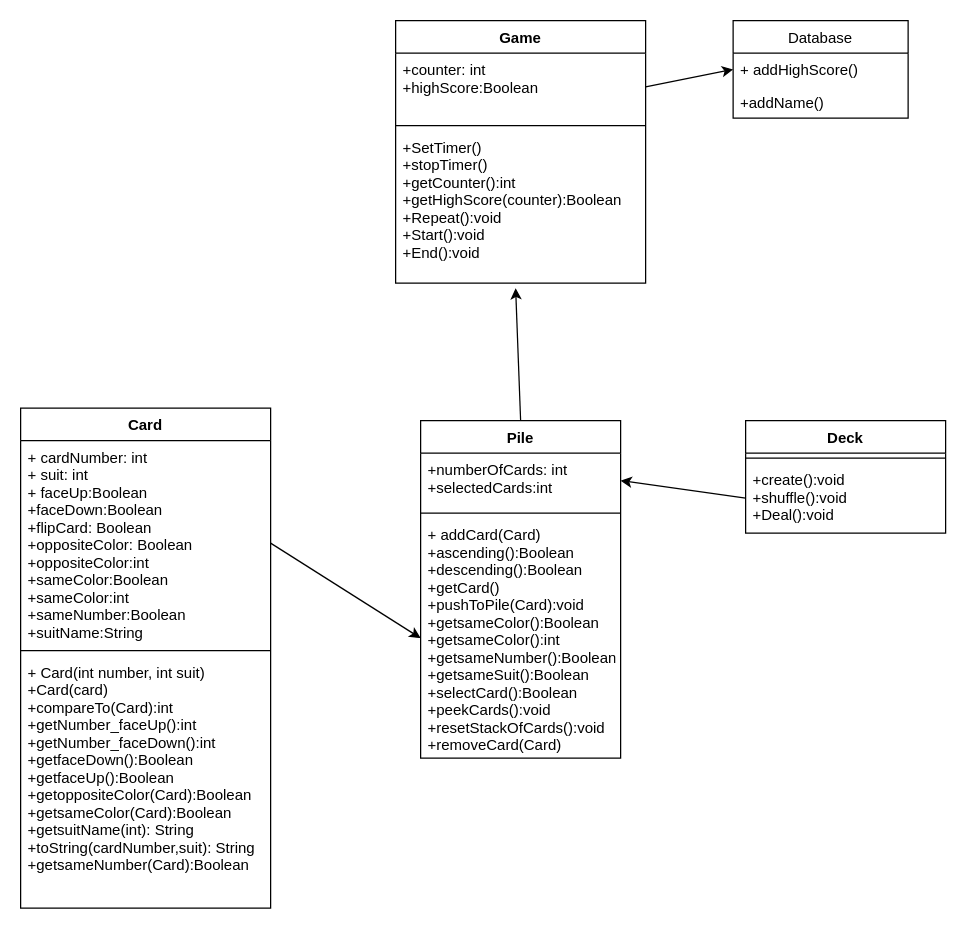
Earlier version of the draw.io diagram UML.drawio (steveb1250/Devils_Grip_Proposal). Source tidied: cells renumbered, new cells numbered last; positions are measured from the earlier drawing's top-left corner, leaving out a move shared by most shapes. Both pictures are drawn from the tidied source at 125%, with x=0, y=0 at pixel (20, 20).
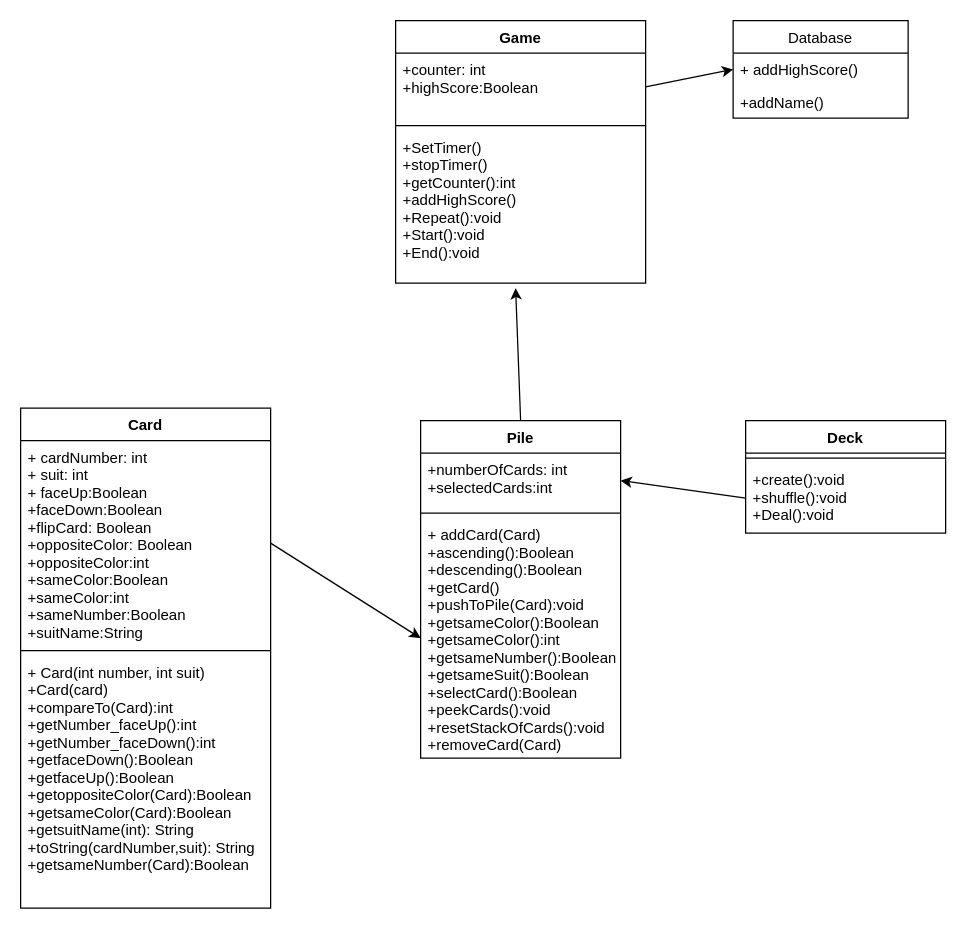
The same page after the edit.

The change refers to these unchanged cells:
```xml
<mxCell id="6" value="Game" style="swimlane;fontStyle=1;align=center;verticalAlign=top;horizontal=1;startSize=26;" parent="1" vertex="1">
  <mxGeometry x="300" width="200" height="210" as="geometry" />
</mxCell>
```

The edit, as a diff of the source:
```diff
@@
-    <mxCell id="9" value="+SetTimer()&#10;+stopTimer()&#10;+getCounter():int&#10;+getHighScore(counter):Boolean&#10;+Repeat():void&#10;+Start():void&#10;+End():void" style="text;strokeColor=none;fillColor=none;align=left;verticalAlign=top;spacingLeft=4;spacingRight=4;overflow=hidden;points=[[0,0.5],[1,0.5]];portConstraint=eastwest;" parent="6" vertex="1">
+    <mxCell id="9" value="+SetTimer()&#10;+stopTimer()&#10;+getCounter():int&#10;+addHighScore()&#10;+Repeat():void&#10;+Start():void&#10;+End():void" style="text;strokeColor=none;fillColor=none;align=left;verticalAlign=top;spacingLeft=4;spacingRight=4;overflow=hidden;points=[[0,0.5],[1,0.5]];portConstraint=eastwest;" parent="6" vertex="1">
       <mxGeometry y="88" width="200" height="122" as="geometry" />
     </mxCell>
```
